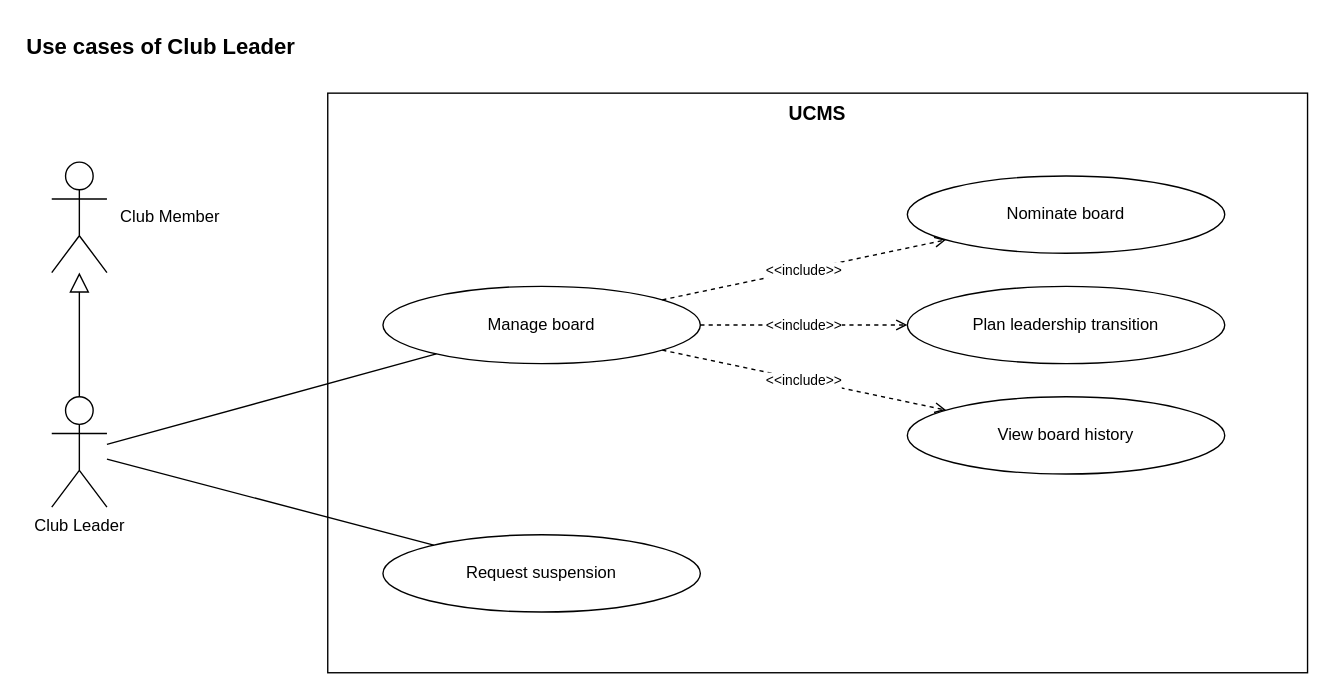
The draw.io diagram page "Club Leader" (4 of 9) of docs/03-diagrams/UCMS_UseCase_ByActor.drawio in nvdekay/ClubManagementSystem, before the edit. Source tidied: cells renumbered, new cells numbered last; positions are measured from the earlier drawing's top-left corner, leaving out a move shared by most shapes. Both pictures are drawn from the tidied source at 138%, with x=0, y=0 at pixel (23, 23).
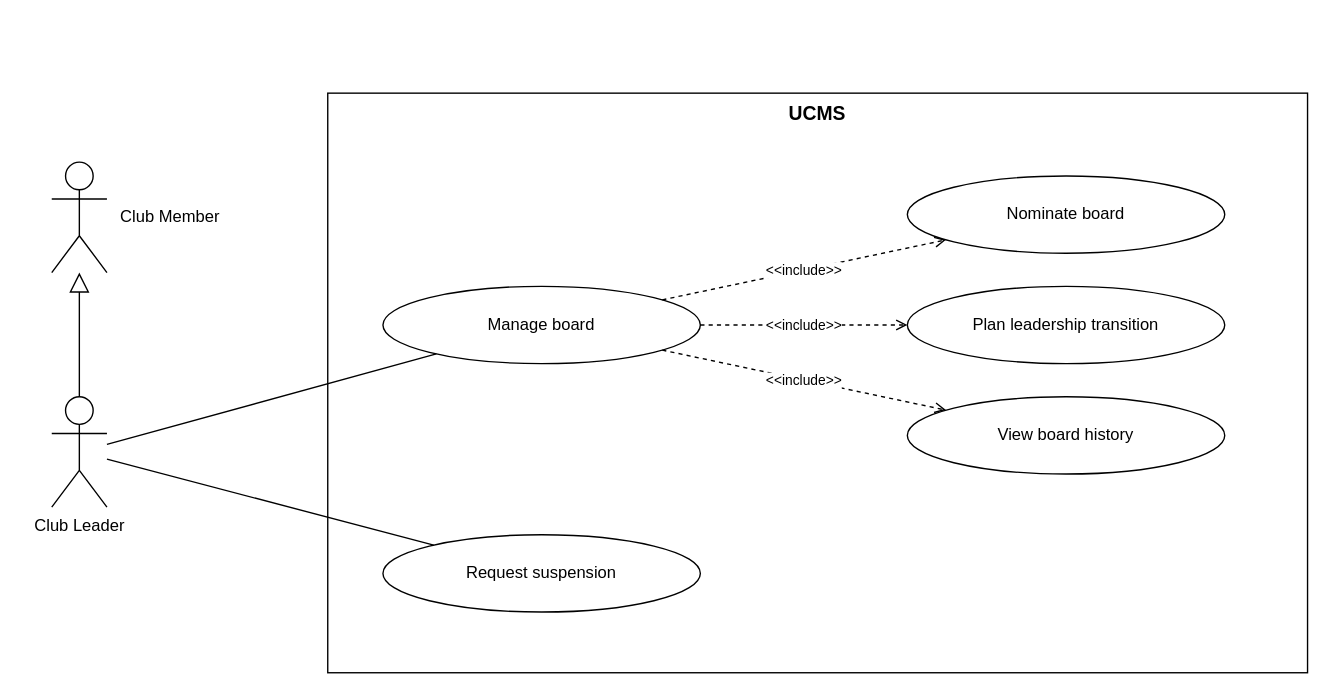
Above is the later version.

What changed in the source:
```diff
@@
 <mxGraphModel background="#ffffff">
   <root>
     <mxCell id="0" />
     <mxCell id="1" parent="0" />
-    <mxCell id="2" value="Use cases of Club Leader" style="text;html=1;fontStyle=1;fontSize=16;align=left;" parent="1" vertex="1">
-      <mxGeometry width="900" height="30" as="geometry" />
-    </mxCell>
     <mxCell id="3" value="UCMS" style="rounded=0;whiteSpace=wrap;html=1;fillColor=none;strokeColor=#000000;verticalAlign=top;fontStyle=1;fontSize=14;" parent="1" vertex="1">
       <mxGeometry x="220" y="50" width="710" height="420" as="geometry" />
     </mxCell>
     <mxCell id="4" value="Club Leader" style="shape=umlActor;verticalLabelPosition=bottom;verticalAlign=top;html=1;outlineConnect=0;fillColor=#ffffff;strokeColor=#000000;" parent="1" vertex="1">
       <mxGeometry x="20" y="270" width="40" height="80" as="geometry" />
     </mxCell>
     <mxCell id="5" value="Club Member" style="shape=umlActor;verticalLabelPosition=middle;verticalAlign=middle;labelPosition=right;align=left;spacingLeft=8;html=1;outlineConnect=0;fillColor=#ffffff;strokeColor=#000000;fontSize=12;" parent="1" vertex="1">
       <mxGeometry x="20" y="100" width="40" height="80" as="geometry" />
     </mxCell>
     <mxCell id="6" style="endArrow=block;endFill=0;endSize=12;html=1;strokeColor=#000000;dashed=0;exitX=0.5;exitY=0;exitDx=0;exitDy=0;entryX=0.5;entryY=1;entryDx=0;entryDy=0;" parent="1" edge="1" source="4" target="5">
       <mxGeometry relative="1" as="geometry" />
     </mxCell>
     <mxCell id="7" value="Manage board" style="ellipse;whiteSpace=wrap;html=1;fillColor=#ffffff;strokeColor=#000000;fontSize=12;" parent="1" vertex="1">
       <mxGeometry x="260" y="190" width="230" height="56" as="geometry" />
     </mxCell>
     <mxCell id="8" style="endArrow=none;html=1;strokeColor=#000000;" parent="1" edge="1" source="4" target="7">
       <mxGeometry relative="1" as="geometry" />
     </mxCell>
     <mxCell id="9" value="Nominate board" style="ellipse;whiteSpace=wrap;html=1;fillColor=#ffffff;strokeColor=#000000;fontSize=12;" parent="1" vertex="1">
       <mxGeometry x="640" y="110" width="230" height="56" as="geometry" />
     </mxCell>
     <mxCell id="10" value="&amp;lt;&amp;lt;include&amp;gt;&amp;gt;" style="endArrow=open;dashed=1;html=1;strokeColor=#000000;fontSize=10;labelBackgroundColor=#ffffff;" parent="1" edge="1" source="7" target="9">
       <mxGeometry relative="1" as="geometry" />
     </mxCell>
     <mxCell id="11" value="Plan leadership transition" style="ellipse;whiteSpace=wrap;html=1;fillColor=#ffffff;strokeColor=#000000;fontSize=12;" parent="1" vertex="1">
       <mxGeometry x="640" y="190" width="230" height="56" as="geometry" />
     </mxCell>
     <mxCell id="12" value="&amp;lt;&amp;lt;include&amp;gt;&amp;gt;" style="endArrow=open;dashed=1;html=1;strokeColor=#000000;fontSize=10;labelBackgroundColor=#ffffff;" parent="1" edge="1" source="7" target="11">
       <mxGeometry relative="1" as="geometry" />
     </mxCell>
     <mxCell id="13" value="View board history" style="ellipse;whiteSpace=wrap;html=1;fillColor=#ffffff;strokeColor=#000000;fontSize=12;" parent="1" vertex="1">
       <mxGeometry x="640" y="270" width="230" height="56" as="geometry" />
     </mxCell>
     <mxCell id="14" value="&amp;lt;&amp;lt;include&amp;gt;&amp;gt;" style="endArrow=open;dashed=1;html=1;strokeColor=#000000;fontSize=10;labelBackgroundColor=#ffffff;" parent="1" edge="1" source="7" target="13">
       <mxGeometry relative="1" as="geometry" />
     </mxCell>
     <mxCell id="15" value="Request suspension" style="ellipse;whiteSpace=wrap;html=1;fillColor=#ffffff;strokeColor=#000000;fontSize=12;" parent="1" vertex="1">
       <mxGeometry x="260" y="370" width="230" height="56" as="geometry" />
     </mxCell>
     <mxCell id="16" style="endArrow=none;html=1;strokeColor=#000000;" parent="1" edge="1" source="4" target="15">
       <mxGeometry relative="1" as="geometry" />
     </mxCell>
   </root>
 </mxGraphModel>
```
